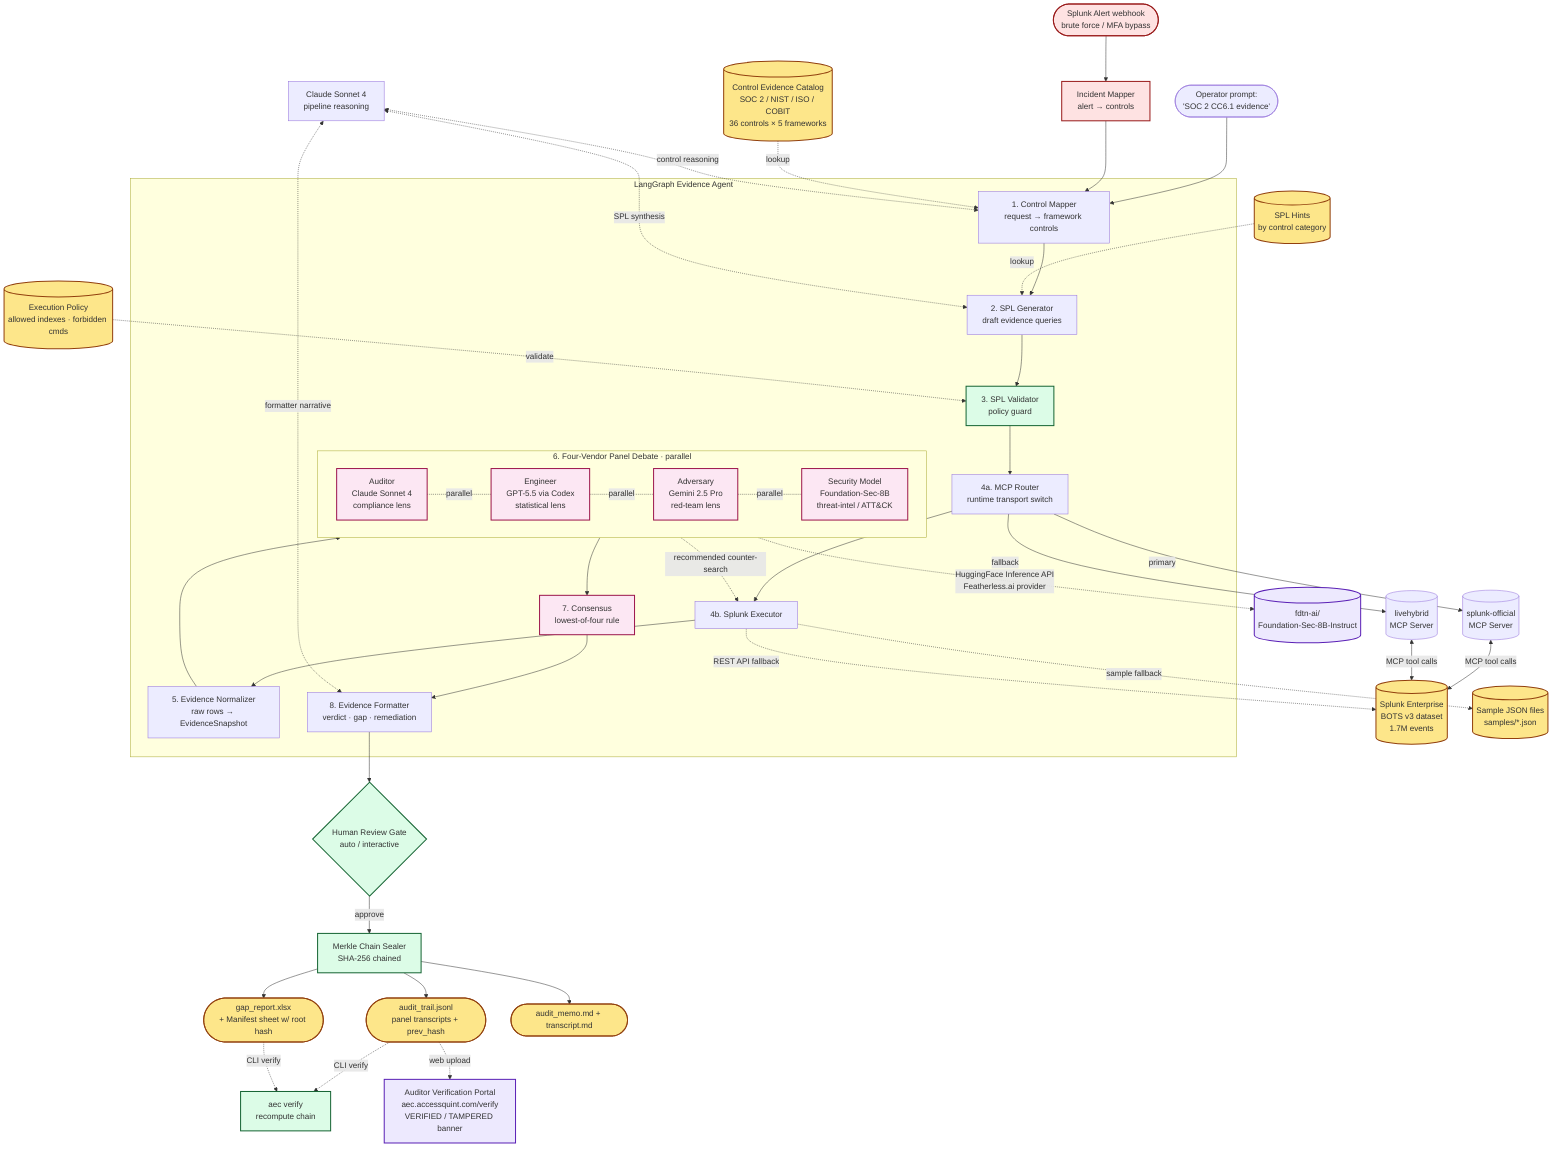
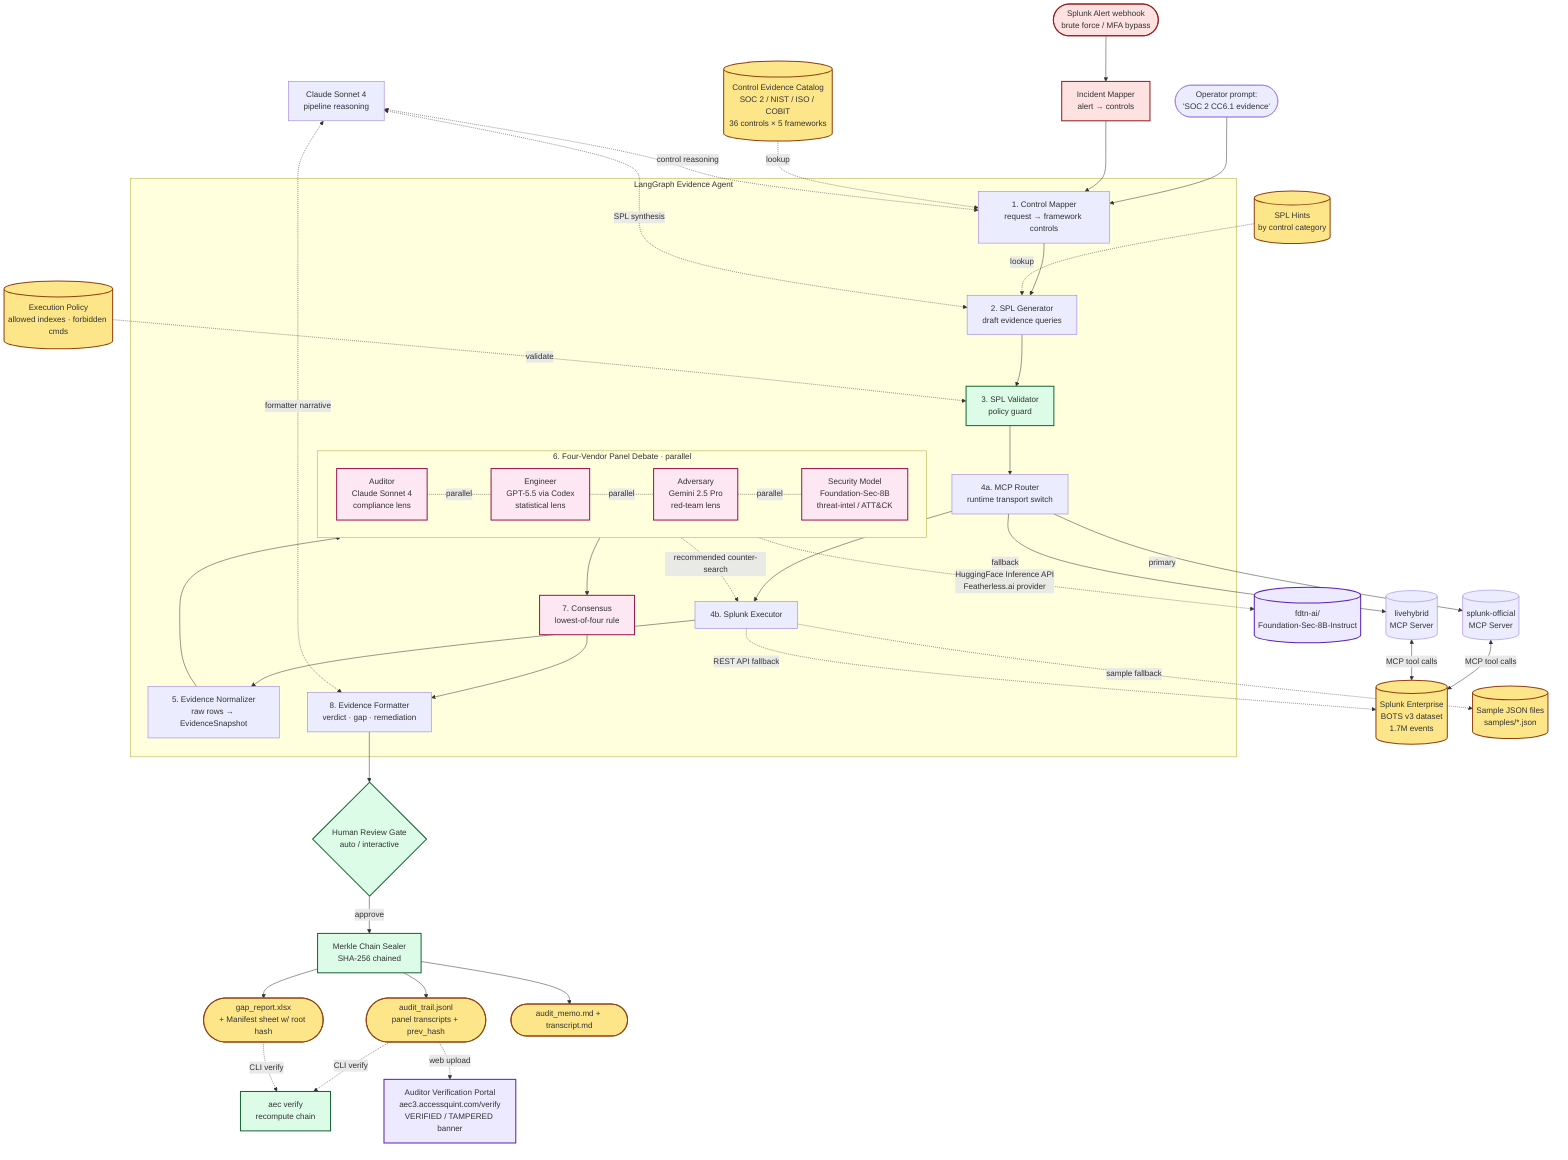
flowchart TD
    O([Operator prompt:<br/>'SOC 2 CC6.1 evidence']) --> CM
    ALERT([Splunk Alert webhook<br/>brute force / MFA bypass]) --> INC[Incident Mapper<br/>alert → controls]
    INC --> CM

    subgraph Agent[LangGraph Evidence Agent]
        CM[1. Control Mapper<br/>request → framework controls] --> SG[2. SPL Generator<br/>draft evidence queries]
        SG --> SV[3. SPL Validator<br/>policy guard]
        SV --> MCPR[4a. MCP Router<br/>runtime transport switch]
        MCPR --> SE[4b. Splunk Executor]
        SE --> EN[5. Evidence Normalizer<br/>raw rows → EvidenceSnapshot]

        EN --> PANEL

        subgraph PANEL[6. Four-Vendor Panel Debate · parallel]
            direction LR
            AUD[Auditor<br/>Claude Sonnet 4<br/>compliance lens] -.parallel.- ENG[Engineer<br/>GPT-5.5 via Codex<br/>statistical lens]
            ENG -.parallel.- ADV[Adversary<br/>Gemini 2.5 Pro<br/>red-team lens]
            ADV -.parallel.- SEC[Security Model<br/>Foundation-Sec-8B<br/>threat-intel / ATT&CK]
        end

        PANEL --> CON[7. Consensus<br/>lowest-of-four rule]
        CON --> FM[8. Evidence Formatter<br/>verdict · gap · remediation]
    end

    CAT[(Control Evidence Catalog<br/>SOC 2 / NIST / ISO / COBIT<br/>36 controls × 5 frameworks)] -.lookup.-> CM
    HINT[(SPL Hints<br/>by control category)] -.lookup.-> SG
    POLICY[(Execution Policy<br/>allowed indexes · forbidden cmds)] -.validate.-> SV

    MCPR -->|primary| MCP_OFF[(splunk-official<br/>MCP Server)]
    MCPR -->|fallback| MCP_LH[(livehybrid<br/>MCP Server)]
    MCP_OFF <-->|MCP tool calls| SPL[(Splunk Enterprise<br/>BOTS v3 dataset<br/>1.7M events)]
    MCP_LH <-->|MCP tool calls| SPL
    SE -.->|REST API fallback| SPL
    SE -.->|sample fallback| SAMPLES[(Sample JSON files<br/>samples/*.json)]

    ADV -.recommended counter-search.-> SE

    FM --> REVIEW{Human Review Gate<br/>auto / interactive}
    REVIEW -->|approve| MERKLE[Merkle Chain Sealer<br/>SHA-256 chained]
    MERKLE --> OUT([gap_report.xlsx<br/>+ Manifest sheet w/ root hash])
    MERKLE --> JSONL([audit_trail.jsonl<br/>panel transcripts + prev_hash])
    MERKLE --> MD([audit_memo.md + transcript.md])

    JSONL -.CLI verify.-> VER[aec verify<br/>recompute chain]
    OUT -.CLI verify.-> VER
-     JSONL -.web upload.-> PORTAL[Auditor Verification Portal<br/>aec.accessquint.com/verify<br/>VERIFIED / TAMPERED banner]
+     JSONL -.web upload.-> PORTAL[Auditor Verification Portal<br/>aec3.accessquint.com/verify<br/>VERIFIED / TAMPERED banner]

    LLM_PIPE[Claude Sonnet 4<br/>pipeline reasoning] <-.control reasoning.-> CM
    LLM_PIPE <-.SPL synthesis.-> SG
    LLM_PIPE <-.formatter narrative.-> FM

    SEC -.->|HuggingFace Inference API<br/>Featherless.ai provider| HF[(fdtn-ai/<br/>Foundation-Sec-8B-Instruct)]

    classDef accent fill:#fde68a,stroke:#92400e,stroke-width:2px;
    classDef data fill:#dbeafe,stroke:#1e40af;
    classDef guard fill:#dcfce7,stroke:#166534,stroke-width:2px;
    classDef panel fill:#fce7f3,stroke:#9d174d,stroke-width:2px;
    classDef incident fill:#fee2e2,stroke:#991b1b,stroke-width:2px;
    classDef portal fill:#ede9fe,stroke:#5b21b6,stroke-width:2px;
    class SPL,SAMPLES accent
    class CAT,HINT,POLICY,OUT,JSONL,MD accent
    class SV,REVIEW,MERKLE,VER guard
    class AUD,ENG,ADV,SEC,CON panel
    class ALERT,INC incident
    class PORTAL,HF portal
